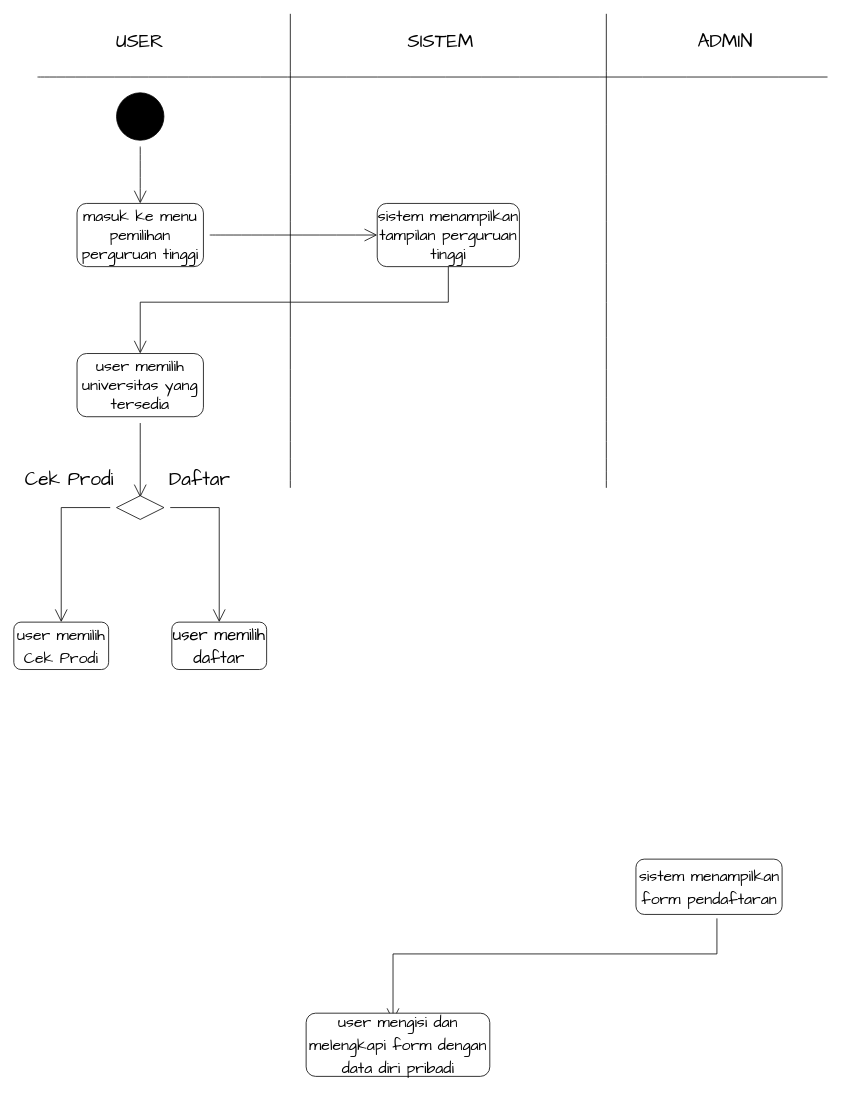
Above: pertemuan 12.drawio in dickisepto/Latihan-GIT (draw.io), before the change. Source tidied: cells renumbered, new cells numbered last; positions are measured from the earlier drawing's top-left corner, leaving out a move shared by most shapes. Both pictures are drawn from the tidied source at 79%, with x=0, y=0 at pixel (13, 13).
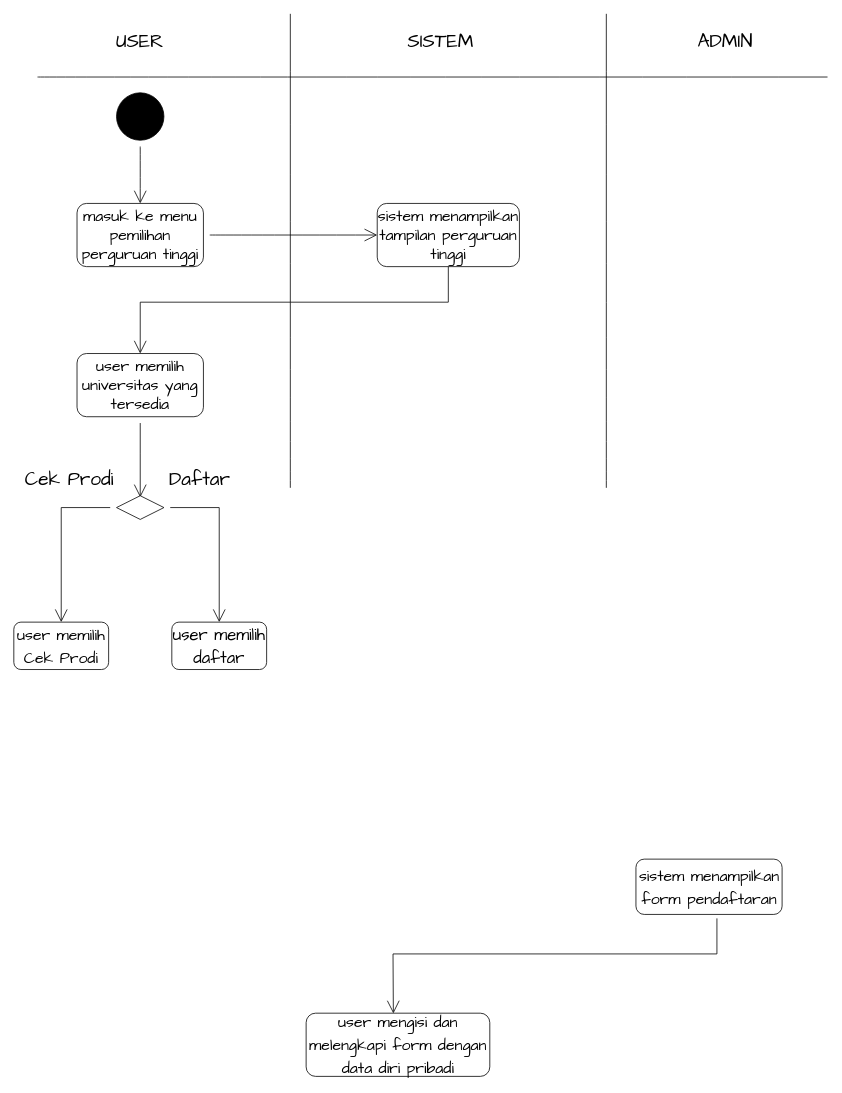
The same page after the edit.

The change refers to these unchanged cells:
```xml
<mxCell id="27" style="line;strokeWidth=1;html=1;rounded=1;sketch=0;hachureGap=4;fontFamily=Architects Daughter;fontSize=24;fillColor=#FFFFFF;" parent="1" vertex="1">
  <mxGeometry x="480" y="1185" width="410" height="10" as="geometry" />
</mxCell>
<mxCell id="29" value="&lt;font style=&quot;font-size: 20px&quot;&gt;user mengisi dan melengkapi form dengan data diri pribadi&lt;/font&gt;" style="rounded=1;whiteSpace=wrap;html=1;sketch=0;hachureGap=4;fontFamily=Architects Daughter;fontSize=24;strokeWidth=1;fillColor=#FFFFFF;" parent="1" vertex="1">
  <mxGeometry x="370" y="1265" width="232.5" height="80" as="geometry" />
</mxCell>
```

Change to the diagram source:
```diff
@@
-    <mxCell id="28" style="endArrow=open;html=1;rounded=0;sketch=0;hachureGap=4;fontFamily=Architects Daughter;fontSize=24;startSize=14;endSize=14;sourcePerimeterSpacing=8;targetPerimeterSpacing=8;endFill=0;exitX=0;exitY=0.5;exitDx=0;exitDy=0;exitPerimeter=0;" parent="1" edge="1" source="27">
-      <mxGeometry relative="1" as="geometry">
-        <mxPoint x="480" y="1275" as="targetPoint" />
-      </mxGeometry>
+    <mxCell id="28" style="endArrow=open;html=1;rounded=0;sketch=0;hachureGap=4;fontFamily=Architects Daughter;fontSize=24;startSize=14;endSize=14;sourcePerimeterSpacing=8;targetPerimeterSpacing=8;endFill=0;exitX=0;exitY=0.5;exitDx=0;exitDy=0;exitPerimeter=0;entryX=0.475;entryY=0.004;entryDx=0;entryDy=0;entryPerimeter=0;" parent="1" edge="1" source="27" target="29">
+      <mxGeometry relative="1" as="geometry" />
     </mxCell>
```
